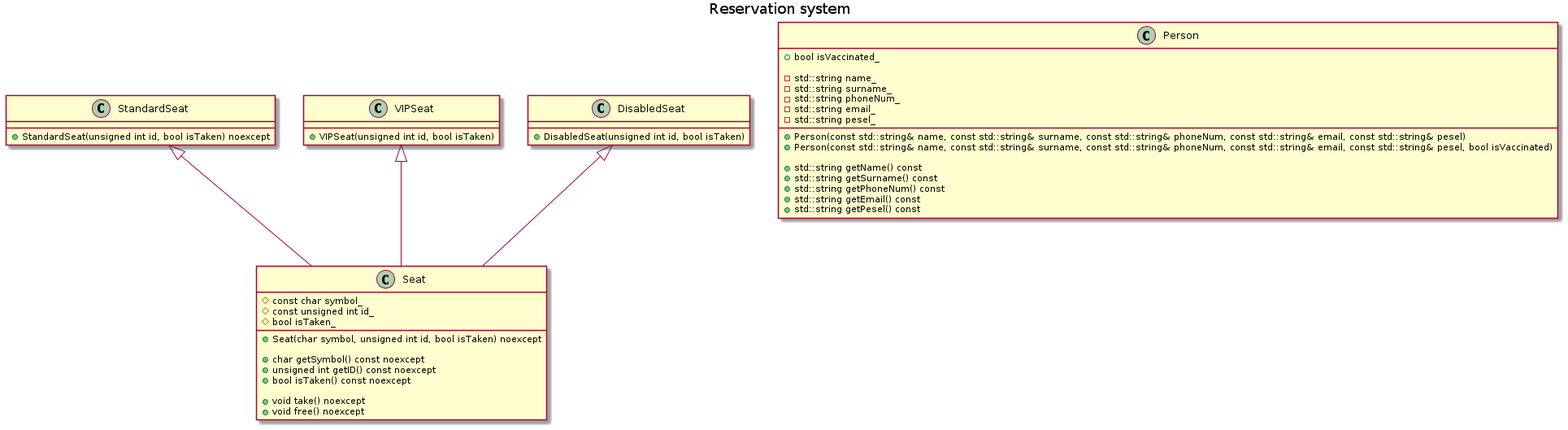
Earlier version of the PlantUML export out/reservation-system/Reservation system.png (anraf1001/reservation-system).
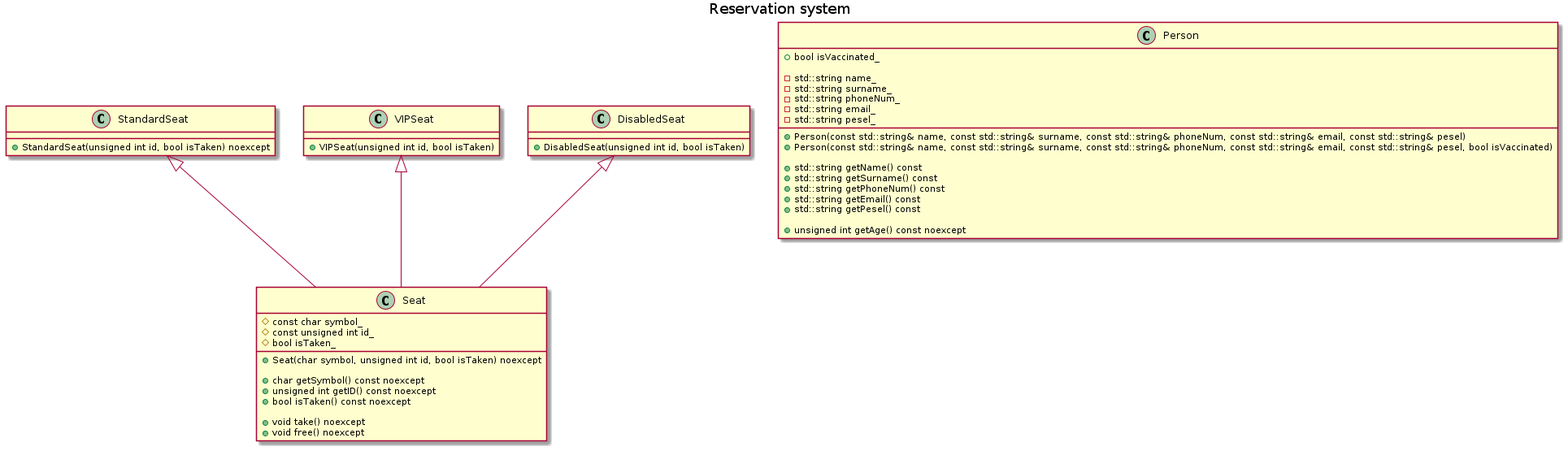
Above is the later version.

Change to the diagram source:
```diff
@@ -41,6 +41,8 @@
     +std::string getEmail() const
     +std::string getPesel() const
 
+    +unsigned int getAge() const noexcept
+
     +bool isVaccinated_
 
     -std::string name_
```
